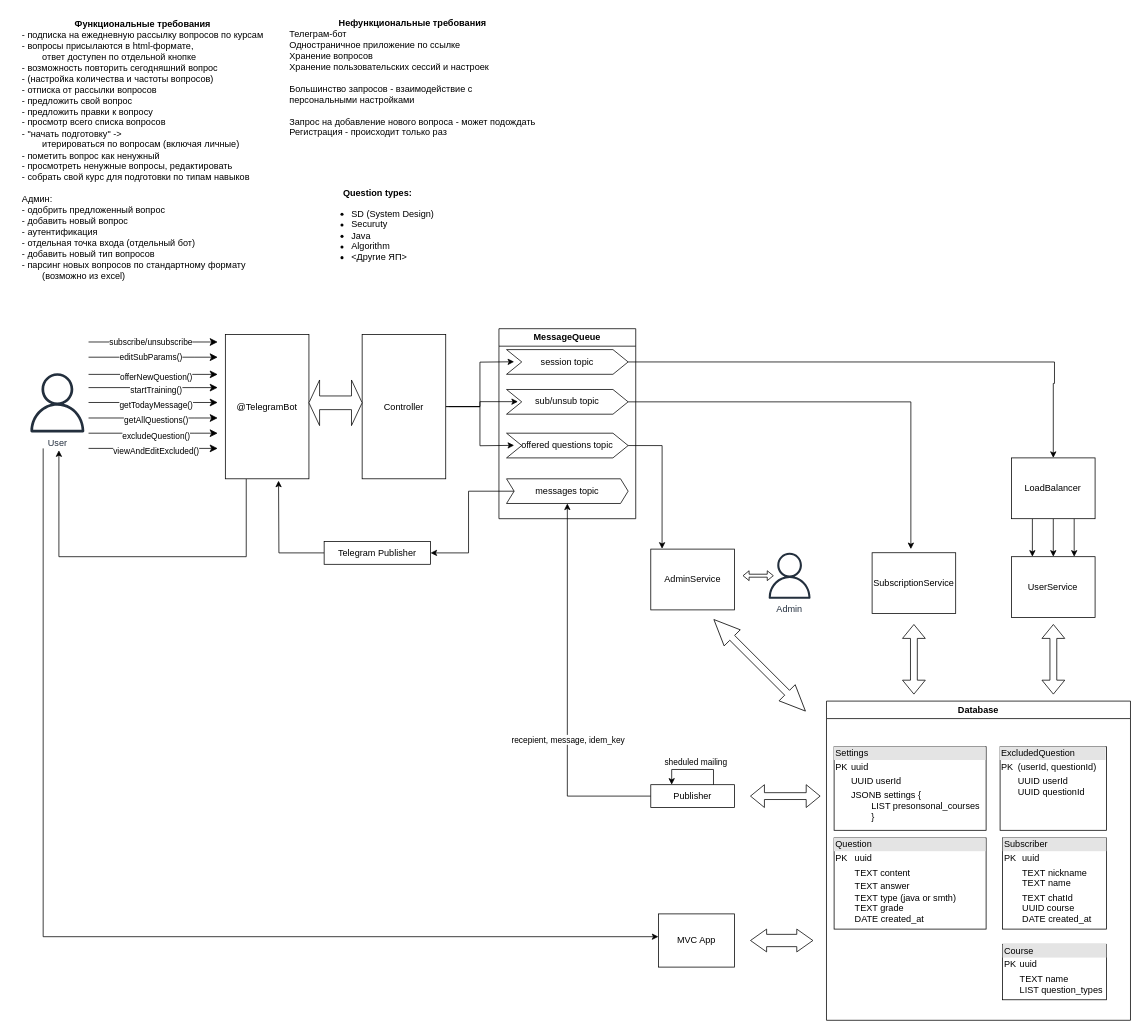
Before: SobesCracker.drawio in maksarts/test-project-files, a draw.io diagram. Source tidied: cells renumbered, new cells numbered last; positions are measured from the earlier drawing's top-left corner, leaving out a move shared by most shapes. Both pictures are drawn from the tidied source at 76%, with x=0, y=0 at pixel (13, 13).
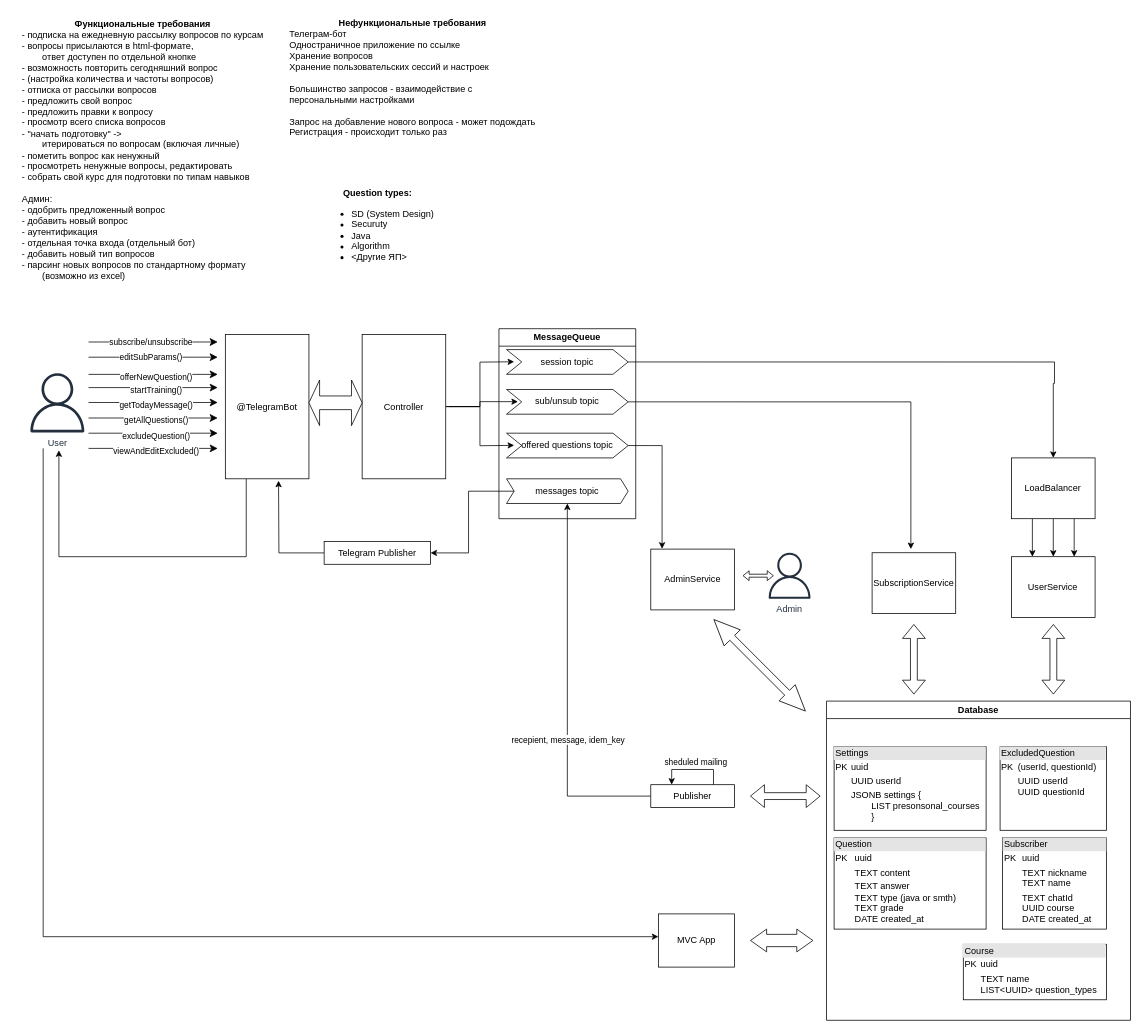
After the change.

Unchanged cells that the change refers to:
```xml
<mxCell id="55" value="Database" style="swimlane;whiteSpace=wrap;html=1;" parent="1" vertex="1">
  <mxGeometry x="1070" y="905" width="400" height="420" as="geometry" />
</mxCell>
```

Diff of the diagram source:
```diff
@@
-    <mxCell id="59" value="&lt;div style=&quot;box-sizing:border-box;width:100%;background:#e4e4e4;padding:2px;&quot;&gt;Course&lt;/div&gt;&lt;table style=&quot;width:100%;font-size:1em;&quot; cellpadding=&quot;2&quot; cellspacing=&quot;0&quot;&gt;&lt;tbody&gt;&lt;tr&gt;&lt;td&gt;PK&lt;/td&gt;&lt;td&gt;uuid&lt;/td&gt;&lt;/tr&gt;&lt;tr&gt;&lt;td&gt;&lt;br&gt;&lt;/td&gt;&lt;td&gt;TEXT&amp;nbsp;name&lt;br&gt;LIST question_types&lt;/td&gt;&lt;/tr&gt;&lt;/tbody&gt;&lt;/table&gt;" style="verticalAlign=top;align=left;overflow=fill;html=1;whiteSpace=wrap;" parent="55" vertex="1">
-      <mxGeometry x="231.6" y="320" width="136.9" height="73" as="geometry" />
+    <mxCell id="59" value="&lt;div style=&quot;box-sizing:border-box;width:100%;background:#e4e4e4;padding:2px;&quot;&gt;Course&lt;/div&gt;&lt;table style=&quot;width:100%;font-size:1em;&quot; cellpadding=&quot;2&quot; cellspacing=&quot;0&quot;&gt;&lt;tbody&gt;&lt;tr&gt;&lt;td&gt;PK&lt;/td&gt;&lt;td&gt;uuid&lt;/td&gt;&lt;/tr&gt;&lt;tr&gt;&lt;td&gt;&lt;br&gt;&lt;/td&gt;&lt;td&gt;TEXT&amp;nbsp;name&lt;br&gt;LIST&amp;lt;UUID&amp;gt; question_types&lt;/td&gt;&lt;/tr&gt;&lt;/tbody&gt;&lt;/table&gt;" style="verticalAlign=top;align=left;overflow=fill;html=1;whiteSpace=wrap;" parent="55" vertex="1">
+      <mxGeometry x="180" y="320" width="188.4" height="73" as="geometry" />
     </mxCell>
```
